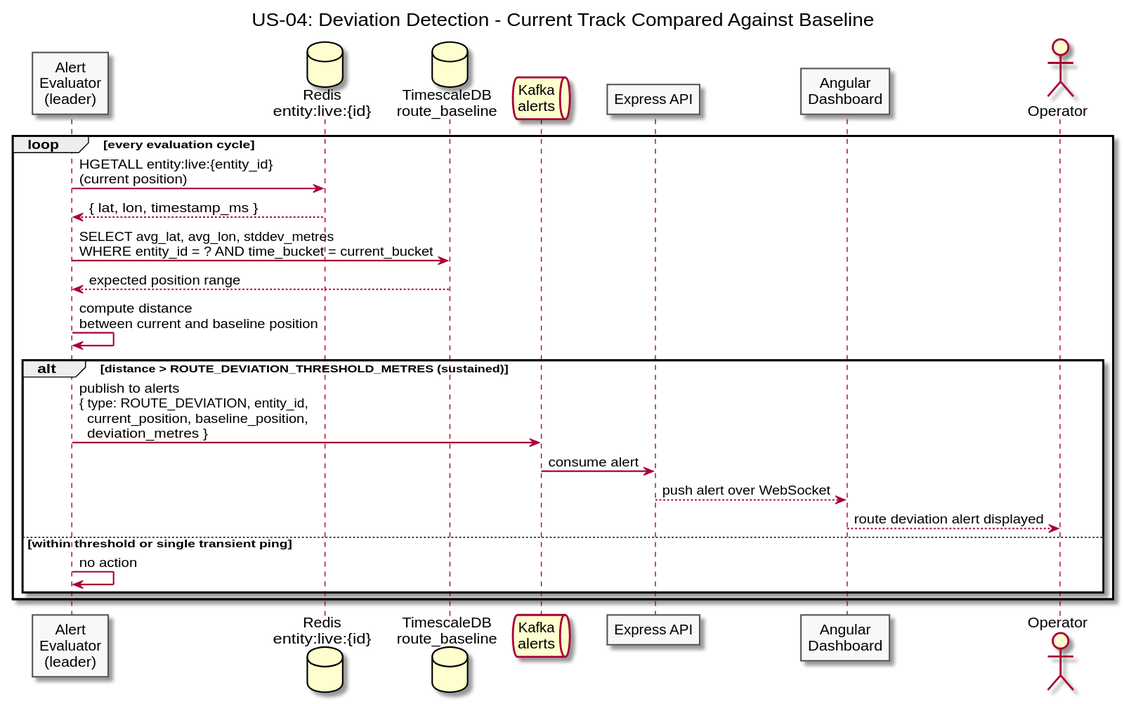
Before: diagrams/docs/use-cases/US-04-route-deviation-alert/deviation-detection.svg, a diagram exported from PlantUML (Buffden/sentinel). Its diagram source:
```plantuml
@startuml deviation-detection
title US-04: Deviation Detection - Current Track Compared Against Baseline

skinparam sequenceArrowThickness 1.5
skinparam participantBorderColor #555555
skinparam participantBackgroundColor #F8F8F8
skinparam noteBorderColor #AAAAAA
skinparam noteBackgroundColor #FFFDE7

participant "Alert\nEvaluator\n(leader)" as Evaluator
database "Redis\nentity:live:{id}" as Redis
database "TimescaleDB\nroute_baseline" as Baseline
queue "Kafka\nalerts" as Kafka
participant "Express API" as API
participant "Angular\nDashboard" as Dashboard
actor Operator

loop every evaluation cycle
  Evaluator -> Redis : HGETALL entity:live:{entity_id}\n(current position)
  Redis --> Evaluator : { lat, lon, timestamp_ms }

  Evaluator -> Baseline : SELECT avg_lat, avg_lon, stddev_metres\nWHERE entity_id = ? AND time_bucket = current_bucket
  Baseline --> Evaluator : expected position range

  Evaluator -> Evaluator : compute distance\nbetween current and baseline position

  alt distance > ROUTE_DEVIATION_THRESHOLD_METRES (sustained)
    Evaluator -> Kafka : publish to alerts\n{ type: ROUTE_DEVIATION, entity_id,\n  current_position, baseline_position,\n  deviation_metres }
    Kafka -> API : consume alert
    API --> Dashboard : push alert over WebSocket
    Dashboard --> Operator : route deviation alert displayed
  else within threshold or single transient ping
    Evaluator -> Evaluator : no action
  end
end

@enduml
```
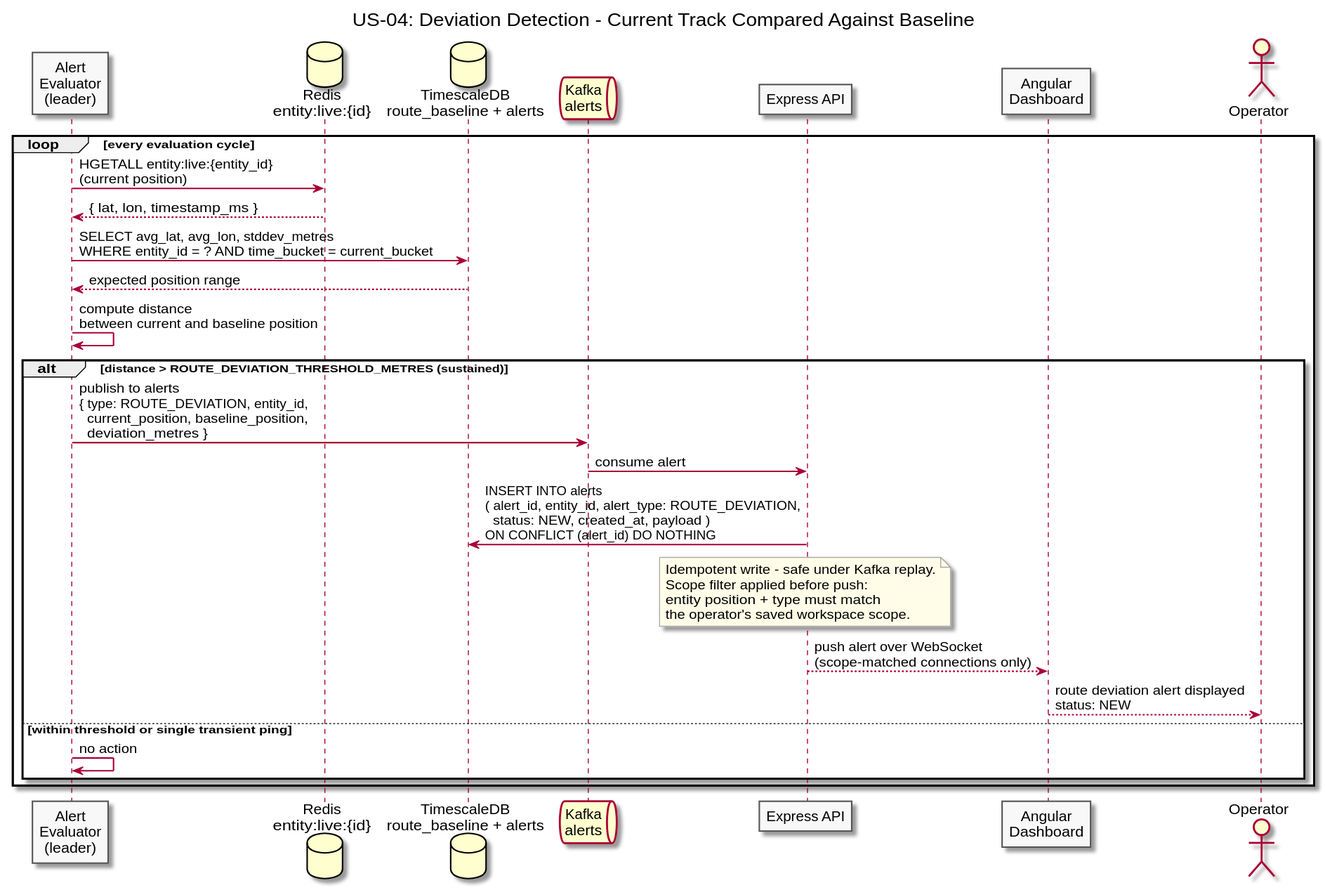
The same diagram one commit later.

Change to the diagram source:
```diff
@@ -9,7 +9,7 @@
 
 participant "Alert\nEvaluator\n(leader)" as Evaluator
 database "Redis\nentity:live:{id}" as Redis
-database "TimescaleDB\nroute_baseline" as Baseline
+database "TimescaleDB\nroute_baseline + alerts" as Baseline
 queue "Kafka\nalerts" as Kafka
 participant "Express API" as API
 participant "Angular\nDashboard" as Dashboard
@@ -27,8 +27,15 @@
   alt distance > ROUTE_DEVIATION_THRESHOLD_METRES (sustained)
     Evaluator -> Kafka : publish to alerts\n{ type: ROUTE_DEVIATION, entity_id,\n  current_position, baseline_position,\n  deviation_metres }
     Kafka -> API : consume alert
-    API --> Dashboard : push alert over WebSocket
-    Dashboard --> Operator : route deviation alert displayed
+    API -> Baseline : INSERT INTO alerts\n( alert_id, entity_id, alert_type: ROUTE_DEVIATION,\n  status: NEW, created_at, payload )\nON CONFLICT (alert_id) DO NOTHING
+    note over API
+      Idempotent write - safe under Kafka replay.
+      Scope filter applied before push:
+      entity position + type must match
+      the operator's saved workspace scope.
+    end note
+    API --> Dashboard : push alert over WebSocket\n(scope-matched connections only)
+    Dashboard --> Operator : route deviation alert displayed\nstatus: NEW
   else within threshold or single transient ping
     Evaluator -> Evaluator : no action
   end
```
